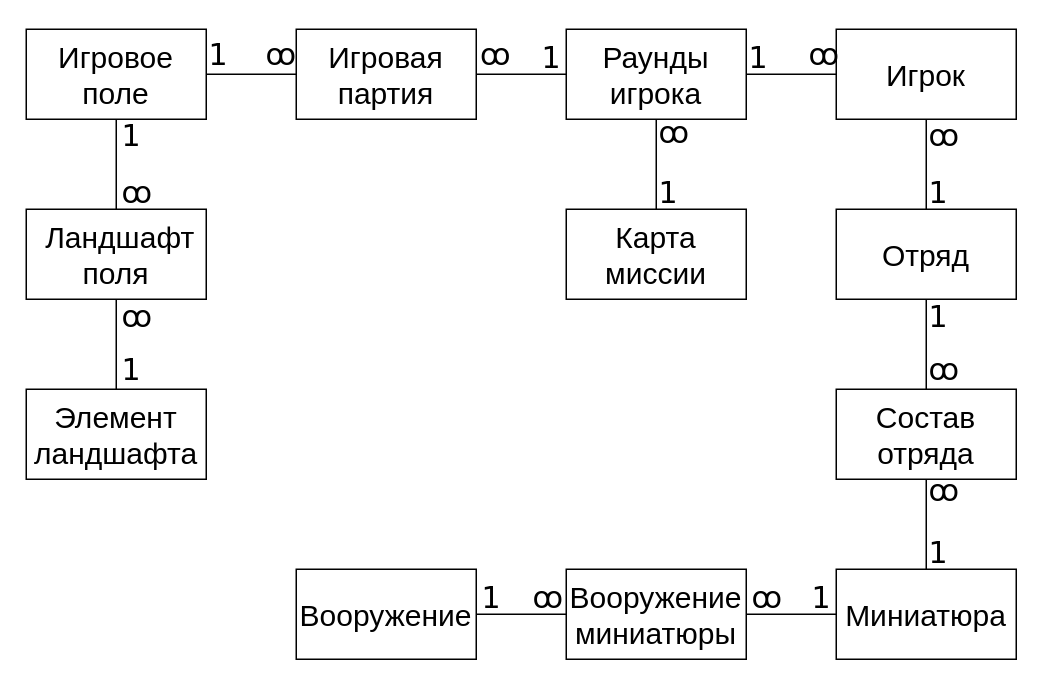
This is Схема объектов/kill_team_entity_diag_v2.drawio from sakralen/hsai-db, a draw.io file, before an edit. Source tidied: cells renumbered, new cells numbered last; positions are measured from the earlier drawing's top-left corner, leaving out a move shared by most shapes. Both pictures are drawn from the tidied source at 150%, with x=0, y=0 at pixel (26, 26).
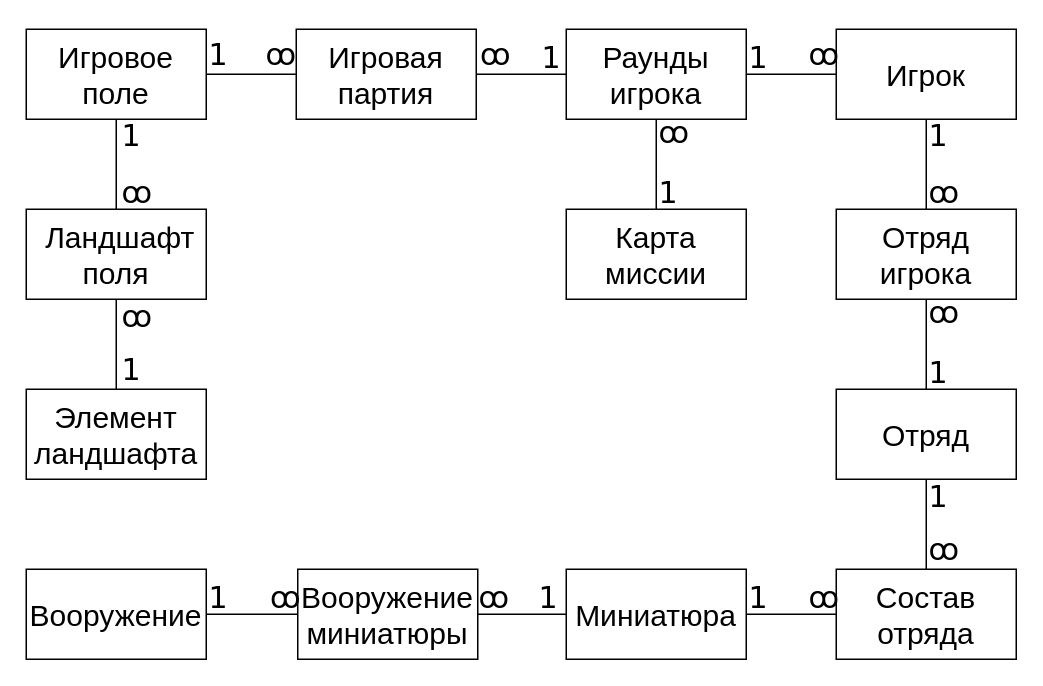
After the change.

Unchanged cells that the change refers to:
```xml
<mxCell id="18" value="Игрок" style="rounded=0;whiteSpace=wrap;html=1;fontSize=20;" parent="1" vertex="1">
  <mxGeometry x="540" y="2" width="120" height="60" as="geometry" />
</mxCell>
```

Change to the diagram source:
```diff
@@
     <mxCell id="7" value="Вооружение&lt;br style=&quot;font-size: 20px;&quot;&gt;миниатюры" style="rounded=0;whiteSpace=wrap;html=1;fontSize=20;" parent="1" vertex="1">
-      <mxGeometry x="360" y="362" width="120" height="60" as="geometry" />
+      <mxGeometry x="181" y="362" width="120" height="60" as="geometry" />
     </mxCell>
@@
+    <mxCell id="47" style="edgeStyle=orthogonalEdgeStyle;rounded=0;jettySize=auto;html=1;exitX=1;exitY=0.5;exitDx=0;exitDy=0;entryX=0;entryY=0.5;entryDx=0;entryDy=0;endArrow=none;endFill=0;" parent="1" edge="1" source="9" target="22">
+      <mxGeometry relative="1" as="geometry" />
+    </mxCell>
     <mxCell id="9" value="Миниатюра" style="rounded=0;whiteSpace=wrap;html=1;fontSize=20;" parent="1" vertex="1">
-      <mxGeometry x="540" y="362" width="120" height="60" as="geometry" />
+      <mxGeometry x="360" y="362" width="120" height="60" as="geometry" />
     </mxCell>
@@
-    <mxCell id="17" style="edgeStyle=orthogonalEdgeStyle;rounded=0;jettySize=auto;html=1;exitX=0.5;exitY=1;exitDx=0;exitDy=0;entryX=0.5;entryY=0;entryDx=0;entryDy=0;endArrow=none;endFill=0;fontSize=20;" parent="1" edge="1" source="18" target="20">
-      <mxGeometry relative="1" as="geometry" />
-    </mxCell>
+    <mxCell id="48" style="edgeStyle=orthogonalEdgeStyle;rounded=0;jettySize=auto;html=1;exitX=0.5;exitY=1;exitDx=0;exitDy=0;entryX=0.5;entryY=0;entryDx=0;entryDy=0;endArrow=none;endFill=0;" parent="1" edge="1" source="18" target="50">
+      <mxGeometry relative="1" as="geometry" />
+    </mxCell>
@@
     <mxCell id="20" value="Отряд" style="rounded=0;whiteSpace=wrap;html=1;fontSize=20;" parent="1" vertex="1">
-      <mxGeometry x="540" y="122" width="120" height="60" as="geometry" />
+      <mxGeometry x="540" y="242" width="120" height="60" as="geometry" />
     </mxCell>
-    <mxCell id="21" style="edgeStyle=orthogonalEdgeStyle;rounded=0;jettySize=auto;html=1;exitX=0.5;exitY=1;exitDx=0;exitDy=0;entryX=0.5;entryY=0;entryDx=0;entryDy=0;endArrow=none;endFill=0;startArrow=none;startFill=0;fontSize=20;" parent="1" edge="1" source="22" target="9">
-      <mxGeometry relative="1" as="geometry" />
-    </mxCell>
     <mxCell id="22" value="Состав отряда" style="rounded=0;whiteSpace=wrap;html=1;fontSize=20;" parent="1" vertex="1">
-      <mxGeometry x="540" y="242" width="120" height="60" as="geometry" />
+      <mxGeometry x="540" y="362" width="120" height="60" as="geometry" />
     </mxCell>
@@
     <mxCell id="29" value="Вооружение" style="rounded=0;whiteSpace=wrap;html=1;fontSize=20;" parent="1" vertex="1">
-      <mxGeometry x="180" y="362" width="120" height="60" as="geometry" />
+      <mxGeometry y="362" width="120" height="60" as="geometry" />
     </mxCell>
@@
     <mxCell id="35" value="1" style="text;whiteSpace=wrap;html=1;fontFamily=Verdana;fontSize=20;" parent="1" vertex="1">
-      <mxGeometry x="600" y="92" width="20" height="30" as="geometry" />
+      <mxGeometry x="600" y="54" width="20" height="30" as="geometry" />
     </mxCell>
     <mxCell id="36" value="ꝏ" style="text;whiteSpace=wrap;html=1;fontFamily=Verdana;fontSize=20;" parent="1" vertex="1">
-      <mxGeometry x="600" y="54" width="20" height="30" as="geometry" />
+      <mxGeometry x="600" y="92" width="20" height="30" as="geometry" />
     </mxCell>
     <mxCell id="37" value="1" style="text;whiteSpace=wrap;html=1;fontFamily=Verdana;fontSize=20;" parent="1" vertex="1">
-      <mxGeometry x="600" y="175" width="20" height="30" as="geometry" />
+      <mxGeometry x="600" y="295" width="20" height="30" as="geometry" />
     </mxCell>
     <mxCell id="38" value="ꝏ" style="text;whiteSpace=wrap;html=1;fontFamily=Verdana;fontSize=20;" parent="1" vertex="1">
-      <mxGeometry x="600" y="210" width="20" height="30" as="geometry" />
+      <mxGeometry x="600" y="330" width="20" height="30" as="geometry" />
     </mxCell>
     <mxCell id="39" value="ꝏ" style="text;whiteSpace=wrap;html=1;fontFamily=Verdana;fontSize=20;" parent="1" vertex="1">
-      <mxGeometry x="600" y="291" width="20" height="30" as="geometry" />
+      <mxGeometry x="600" y="172" width="20" height="30" as="geometry" />
     </mxCell>
     <mxCell id="40" value="1" style="text;whiteSpace=wrap;html=1;fontFamily=Verdana;fontSize=20;" parent="1" vertex="1">
-      <mxGeometry x="600" y="332" width="20" height="30" as="geometry" />
+      <mxGeometry x="600" y="212" width="20" height="30" as="geometry" />
     </mxCell>
     <mxCell id="41" value="ꝏ" style="text;whiteSpace=wrap;html=1;fontFamily=Verdana;fontSize=20;" parent="1" vertex="1">
-      <mxGeometry x="482" y="362" width="20" height="30" as="geometry" />
+      <mxGeometry x="300" y="362" width="20" height="30" as="geometry" />
     </mxCell>
     <mxCell id="42" value="ꝏ" style="text;whiteSpace=wrap;html=1;fontFamily=Verdana;fontSize=20;" parent="1" vertex="1">
-      <mxGeometry x="336" y="362" width="20" height="30" as="geometry" />
+      <mxGeometry x="161" y="362" width="20" height="30" as="geometry" />
     </mxCell>
     <mxCell id="43" value="1" style="text;whiteSpace=wrap;html=1;fontFamily=Verdana;fontSize=20;" parent="1" vertex="1">
-      <mxGeometry x="522" y="362" width="20" height="30" as="geometry" />
+      <mxGeometry x="340" y="362" width="20" height="30" as="geometry" />
     </mxCell>
     <mxCell id="44" value="1" style="text;whiteSpace=wrap;html=1;fontFamily=Verdana;fontSize=20;" parent="1" vertex="1">
-      <mxGeometry x="302" y="362" width="20" height="30" as="geometry" />
+      <mxGeometry x="120" y="362" width="20" height="30" as="geometry" />
     </mxCell>
@@
+    <mxCell id="49" style="edgeStyle=orthogonalEdgeStyle;rounded=0;jettySize=auto;html=1;exitX=0.5;exitY=1;exitDx=0;exitDy=0;entryX=0.5;entryY=0;entryDx=0;entryDy=0;endArrow=none;endFill=0;" parent="1" edge="1" source="50" target="20">
+      <mxGeometry relative="1" as="geometry" />
+    </mxCell>
+    <mxCell id="50" value="Отряд игрока" style="rounded=0;whiteSpace=wrap;html=1;fontSize=20;" parent="1" vertex="1">
+      <mxGeometry x="540" y="122" width="120" height="60" as="geometry" />
+    </mxCell>
+    <mxCell id="51" value="ꝏ" style="text;whiteSpace=wrap;html=1;fontFamily=Verdana;fontSize=20;" parent="1" vertex="1">
+      <mxGeometry x="520" y="362" width="20" height="30" as="geometry" />
+    </mxCell>
+    <mxCell id="52" value="1" style="text;whiteSpace=wrap;html=1;fontFamily=Verdana;fontSize=20;" parent="1" vertex="1">
+      <mxGeometry x="480" y="362" width="20" height="30" as="geometry" />
+    </mxCell>
```
